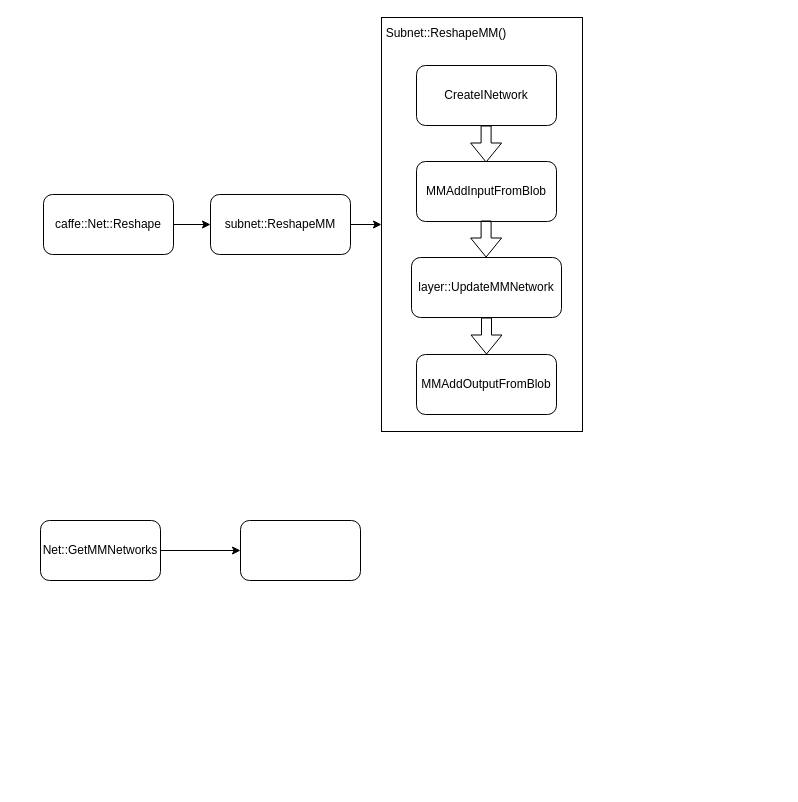
Before: caffe-mm.drawio in AwesomePH/notes, a draw.io diagram. Source tidied: cells renumbered, new cells numbered last; positions are measured from the earlier drawing's top-left corner, leaving out a move shared by most shapes. Both pictures are drawn from the tidied source at 100%, with x=0, y=0 at pixel (40, 17).
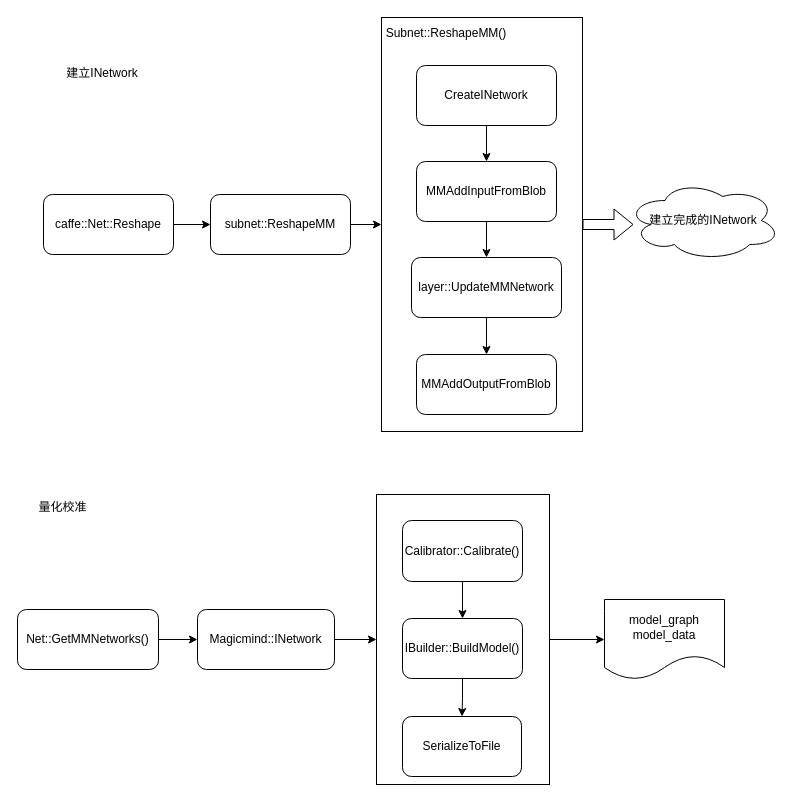
The same diagram, later.

Unchanged cells that the change refers to:
```xml
<mxCell id="2" style="rounded=0;whiteSpace=wrap;html=1;" parent="1" vertex="1">
  <mxGeometry x="341" width="201" height="414" as="geometry" />
</mxCell>
<mxCell id="7" value="layer::UpdateMMNetwork" style="whiteSpace=wrap;html=1;rounded=1;" parent="1" vertex="1">
  <mxGeometry x="371" y="240" width="150" height="60" as="geometry" />
</mxCell>
<mxCell id="8" value="MMAddInputFromBlob" style="whiteSpace=wrap;html=1;rounded=1;" parent="1" vertex="1">
  <mxGeometry x="376" y="144" width="140" height="60" as="geometry" />
</mxCell>
<mxCell id="9" value="MMAddOutputFromBlob" style="whiteSpace=wrap;html=1;rounded=1;" parent="1" vertex="1">
  <mxGeometry x="376" y="337" width="140" height="60" as="geometry" />
</mxCell>
<mxCell id="10" value="CreateINetwork" style="whiteSpace=wrap;html=1;rounded=1;" parent="1" vertex="1">
  <mxGeometry x="376" y="48" width="140" height="60" as="geometry" />
</mxCell>
```

Change to the diagram source:
```diff
@@
+    <mxCell id="18" style="edgeStyle=orthogonalEdgeStyle;rounded=0;jettySize=auto;html=1;" parent="1" edge="1" source="19" target="28">
+      <mxGeometry relative="1" as="geometry" />
+    </mxCell>
+    <mxCell id="19" style="rounded=0;whiteSpace=wrap;html=1;" parent="1" vertex="1">
+      <mxGeometry x="336" y="477" width="173" height="290" as="geometry" />
+    </mxCell>
@@
+    <mxCell id="11" style="edgeStyle=orthogonalEdgeStyle;rounded=0;jettySize=auto;html=1;entryX=0.5;entryY=0;entryDx=0;entryDy=0;" parent="1" edge="1" source="7" target="9">
+      <mxGeometry relative="1" as="geometry" />
+    </mxCell>
@@
+    <mxCell id="20" style="edgeStyle=orthogonalEdgeStyle;rounded=0;jettySize=auto;html=1;" parent="1" edge="1" source="8" target="7">
+      <mxGeometry relative="1" as="geometry" />
+    </mxCell>
@@
+    <mxCell id="21" style="edgeStyle=orthogonalEdgeStyle;rounded=0;jettySize=auto;html=1;" parent="1" edge="1" source="10" target="8">
+      <mxGeometry relative="1" as="geometry" />
+    </mxCell>
@@
-    <mxCell id="11" style="shape=flexArrow;endArrow=classic;html=1;exitX=0.5;exitY=1;exitDx=0;exitDy=0;entryX=0.5;entryY=0;entryDx=0;entryDy=0;" parent="1" edge="1" source="7" target="9">
-      <mxGeometry relative="1" as="geometry" />
-    </mxCell>
-    <mxCell id="12" style="shape=flexArrow;endArrow=classic;html=1;exitX=0.5;exitY=1;exitDx=0;exitDy=0;entryX=0.5;entryY=0;entryDx=0;entryDy=0;" parent="1" edge="1">
-      <mxGeometry relative="1" as="geometry">
-        <mxPoint x="445.6" y="203" as="sourcePoint" />
-        <mxPoint x="445.6" y="240" as="targetPoint" />
-      </mxGeometry>
-    </mxCell>
-    <mxCell id="13" style="shape=flexArrow;endArrow=classic;html=1;exitX=0.5;exitY=1;exitDx=0;exitDy=0;entryX=0.5;entryY=0;entryDx=0;entryDy=0;" parent="1" edge="1">
-      <mxGeometry relative="1" as="geometry">
-        <mxPoint x="445.6" y="108" as="sourcePoint" />
-        <mxPoint x="445.6" y="145" as="targetPoint" />
-      </mxGeometry>
-    </mxCell>
@@
-    <mxCell id="15" value="Net::GetMMNetworks" style="rounded=1;whiteSpace=wrap;html=1;" parent="1" vertex="1">
-      <mxGeometry y="503" width="120" height="60" as="geometry" />
+    <mxCell id="15" value="Net::GetMMNetworks()" style="rounded=1;whiteSpace=wrap;html=1;" parent="1" vertex="1">
+      <mxGeometry x="-23" y="592" width="141" height="60" as="geometry" />
     </mxCell>
+    <mxCell id="22" style="edgeStyle=orthogonalEdgeStyle;rounded=0;jettySize=auto;html=1;entryX=0;entryY=0.5;entryDx=0;entryDy=0;" parent="1" edge="1" source="16" target="19">
+      <mxGeometry relative="1" as="geometry" />
+    </mxCell>
-    <mxCell id="16" style="whiteSpace=wrap;html=1;rounded=1;" parent="1" vertex="1">
-      <mxGeometry x="200" y="503" width="120" height="60" as="geometry" />
+    <mxCell id="16" value="Magicmind::INetwork" style="whiteSpace=wrap;html=1;rounded=1;" parent="1" vertex="1">
+      <mxGeometry x="157" y="592" width="137" height="60" as="geometry" />
     </mxCell>
@@
+    <mxCell id="23" style="edgeStyle=orthogonalEdgeStyle;rounded=0;jettySize=auto;html=1;" parent="1" edge="1" source="24" target="26">
+      <mxGeometry relative="1" as="geometry" />
+    </mxCell>
+    <mxCell id="24" value="Calibrator::Calibrate()" style="whiteSpace=wrap;html=1;rounded=1;" parent="1" vertex="1">
+      <mxGeometry x="362" y="503" width="120" height="61" as="geometry" />
+    </mxCell>
+    <mxCell id="25" style="edgeStyle=orthogonalEdgeStyle;rounded=0;jettySize=auto;html=1;" parent="1" edge="1" source="26" target="27">
+      <mxGeometry relative="1" as="geometry" />
+    </mxCell>
+    <mxCell id="26" value="IBuilder::BuildModel()" style="whiteSpace=wrap;html=1;rounded=1;" parent="1" vertex="1">
+      <mxGeometry x="362" y="601" width="120" height="60" as="geometry" />
+    </mxCell>
+    <mxCell id="27" value="SerializeToFile" style="whiteSpace=wrap;html=1;rounded=1;" parent="1" vertex="1">
+      <mxGeometry x="362" y="699" width="119" height="60" as="geometry" />
+    </mxCell>
+    <mxCell id="28" value="model_graph&lt;br&gt;model_data" style="shape=document;whiteSpace=wrap;html=1;boundedLbl=1;rounded=0;" parent="1" vertex="1">
+      <mxGeometry x="564" y="582" width="120" height="80" as="geometry" />
+    </mxCell>
+    <mxCell id="29" value="建立INetwork" style="text;html=1;strokeColor=none;fillColor=none;align=center;verticalAlign=middle;whiteSpace=wrap;rounded=0;" parent="1" vertex="1">
+      <mxGeometry x="-7" y="46" width="138" height="20" as="geometry" />
+    </mxCell>
+    <mxCell id="30" value="量化校准" style="text;html=1;align=center;verticalAlign=middle;" parent="1" vertex="1">
+      <mxGeometry x="-7" y="481" width="58" height="18" as="geometry" />
+    </mxCell>
+    <mxCell id="31" style="shape=flexArrow;endArrow=classic;html=1;exitX=1;exitY=0.5;exitDx=0;exitDy=0;" parent="1" edge="1" source="2">
+      <mxGeometry relative="1" as="geometry">
+        <mxPoint x="593" y="207" as="targetPoint" />
+      </mxGeometry>
+    </mxCell>
+    <mxCell id="32" value="建立完成的INetwork" style="ellipse;shape=cloud;whiteSpace=wrap;html=1;" parent="1" vertex="1">
+      <mxGeometry x="586" y="163" width="154" height="80" as="geometry" />
+    </mxCell>
```
